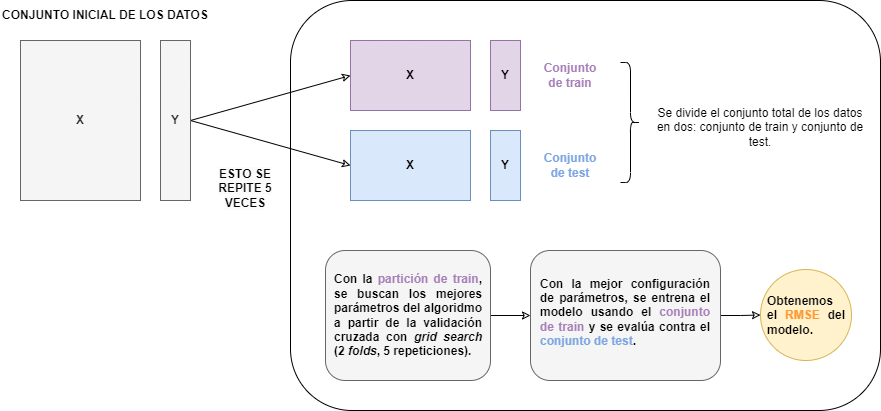
glp1002/JCR_Impact_Factor keeps this draw.io diagram as plantillaLatex/img/cv.png. Above is the earlier version. Source tidied: cells renumbered, new cells last; positions are measured from the earlier drawing's top-left corner, leaving out a move shared by most shapes. The source it was exported from:
```xml
<mxGraphModel>
  <root>
    <mxCell id="0" />
    <mxCell id="1" parent="0" />
    <mxCell id="2" value="&lt;b&gt;CONJUNTO INICIAL DE LOS DATOS&lt;/b&gt;" style="text;html=1;strokeColor=none;fillColor=none;align=center;verticalAlign=middle;whiteSpace=wrap;rounded=0;" parent="1" vertex="1">
      <mxGeometry width="210" height="30" as="geometry" />
    </mxCell>
    <mxCell id="3" style="rounded=1;whiteSpace=wrap;html=1;" parent="1" vertex="1">
      <mxGeometry x="290" width="590" height="410" as="geometry" />
    </mxCell>
    <mxCell id="4" style="rounded=0;jettySize=auto;html=1;exitX=1;exitY=0.5;exitDx=0;exitDy=0;entryX=0;entryY=0.5;entryDx=0;entryDy=0;endArrow=classic;endFill=0;" parent="1" edge="1" source="6" target="9">
      <mxGeometry relative="1" as="geometry" />
    </mxCell>
    <mxCell id="5" style="rounded=0;jettySize=auto;html=1;exitX=1;exitY=0.5;exitDx=0;exitDy=0;entryX=0;entryY=0.5;entryDx=0;entryDy=0;endArrow=classic;endFill=0;" parent="1" edge="1" source="6" target="11">
      <mxGeometry relative="1" as="geometry" />
    </mxCell>
    <mxCell id="6" value="&lt;b&gt;Y&lt;/b&gt;" style="rounded=0;whiteSpace=wrap;html=1;fillColor=#f5f5f5;fontColor=#333333;strokeColor=#666666;" parent="1" vertex="1">
      <mxGeometry x="160" y="40" width="30" height="160" as="geometry" />
    </mxCell>
    <mxCell id="7" value="&lt;b&gt;X&lt;/b&gt;" style="rounded=0;whiteSpace=wrap;html=1;fillColor=#f5f5f5;fontColor=#333333;strokeColor=#666666;" parent="1" vertex="1">
      <mxGeometry x="20" y="40" width="120" height="160" as="geometry" />
    </mxCell>
    <mxCell id="8" value="&lt;b&gt;Y&lt;/b&gt;" style="rounded=0;whiteSpace=wrap;html=1;fillColor=#e1d5e7;strokeColor=#9673a6;" parent="1" vertex="1">
      <mxGeometry x="490" y="40" width="30" height="70" as="geometry" />
    </mxCell>
    <mxCell id="9" value="&lt;b&gt;X&lt;/b&gt;" style="rounded=0;whiteSpace=wrap;html=1;fillColor=#e1d5e7;strokeColor=#9673a6;" parent="1" vertex="1">
      <mxGeometry x="350" y="40" width="120" height="70" as="geometry" />
    </mxCell>
    <mxCell id="10" value="&lt;b&gt;Y&lt;/b&gt;" style="rounded=0;whiteSpace=wrap;html=1;fillColor=#dae8fc;strokeColor=#6c8ebf;" parent="1" vertex="1">
      <mxGeometry x="490" y="130" width="30" height="70" as="geometry" />
    </mxCell>
    <mxCell id="11" value="&lt;b&gt;X&lt;/b&gt;" style="rounded=0;whiteSpace=wrap;html=1;fillColor=#dae8fc;strokeColor=#6c8ebf;" parent="1" vertex="1">
      <mxGeometry x="350" y="130" width="120" height="70" as="geometry" />
    </mxCell>
    <mxCell id="12" value="&lt;b&gt;&lt;font color=&quot;#a680b8&quot;&gt;Conjunto de train&lt;/font&gt;&lt;/b&gt;" style="text;html=1;strokeColor=none;fillColor=none;align=center;verticalAlign=middle;whiteSpace=wrap;rounded=0;" parent="1" vertex="1">
      <mxGeometry x="540" y="60" width="60" height="30" as="geometry" />
    </mxCell>
    <mxCell id="13" value="&lt;b&gt;&lt;font color=&quot;#7ea6e0&quot;&gt;Conjunto de test&lt;/font&gt;&lt;/b&gt;" style="text;html=1;strokeColor=none;fillColor=none;align=center;verticalAlign=middle;whiteSpace=wrap;rounded=0;" parent="1" vertex="1">
      <mxGeometry x="540" y="150" width="60" height="30" as="geometry" />
    </mxCell>
    <mxCell id="14" value="Se divide el conjunto total de los datos en dos: conjunto de train y conjunto de test." style="text;html=1;strokeColor=none;fillColor=none;align=center;verticalAlign=middle;whiteSpace=wrap;rounded=0;" parent="1" vertex="1">
      <mxGeometry x="650" y="62" width="220" height="130" as="geometry" />
    </mxCell>
    <mxCell id="15" style="shape=curlyBracket;whiteSpace=wrap;html=1;rounded=1;flipH=1;labelPosition=right;verticalLabelPosition=middle;align=left;verticalAlign=middle;" parent="1" vertex="1">
      <mxGeometry x="620" y="62" width="20" height="120" as="geometry" />
    </mxCell>
    <mxCell id="16" style="edgeStyle=orthogonalEdgeStyle;rounded=0;jettySize=auto;html=1;exitX=1;exitY=0.5;exitDx=0;exitDy=0;entryX=0;entryY=0.5;entryDx=0;entryDy=0;endArrow=classic;endFill=0;strokeWidth=1;" parent="1" edge="1" source="17" target="20">
      <mxGeometry relative="1" as="geometry" />
    </mxCell>
    <mxCell id="17" style="rounded=1;whiteSpace=wrap;html=1;fillColor=#f5f5f5;fontColor=#333333;strokeColor=#666666;" parent="1" vertex="1">
      <mxGeometry x="325" y="250" width="165" height="130" as="geometry" />
    </mxCell>
    <mxCell id="18" value="&lt;div style=&quot;text-align: justify;&quot;&gt;&lt;b style=&quot;background-color: initial;&quot;&gt;Con la &lt;font color=&quot;#a680b8&quot;&gt;partición de train&lt;/font&gt;, se buscan los mejores parámetros del algoridmo a partir de la validación cruzada con&amp;nbsp;&lt;i style=&quot;&quot;&gt;grid search &lt;/i&gt;(2 &lt;i style=&quot;&quot;&gt;folds&lt;/i&gt;, 5 repeticiones).&lt;/b&gt;&lt;/div&gt;" style="text;html=1;strokeColor=none;fillColor=none;align=center;verticalAlign=middle;whiteSpace=wrap;rounded=0;" parent="1" vertex="1">
      <mxGeometry x="333" y="255" width="150" height="120" as="geometry" />
    </mxCell>
    <mxCell id="19" style="edgeStyle=orthogonalEdgeStyle;rounded=0;jettySize=auto;html=1;exitX=1;exitY=0.5;exitDx=0;exitDy=0;entryX=0;entryY=0.5;entryDx=0;entryDy=0;endArrow=classic;endFill=0;" parent="1" edge="1" source="20" target="22">
      <mxGeometry relative="1" as="geometry" />
    </mxCell>
    <mxCell id="20" style="rounded=1;whiteSpace=wrap;html=1;fillColor=#f5f5f5;fontColor=#333333;strokeColor=#666666;" parent="1" vertex="1">
      <mxGeometry x="530" y="250" width="190" height="130" as="geometry" />
    </mxCell>
    <mxCell id="21" value="&lt;div style=&quot;text-align: justify;&quot;&gt;&lt;b style=&quot;&quot;&gt;Con la mejor configuración de parámetros, se entrena el modelo usando el &lt;font color=&quot;#a680b8&quot;&gt;conjunto de train&lt;/font&gt; y se evalúa contra el &lt;font color=&quot;#7ea6e0&quot;&gt;conjunto de test&lt;/font&gt;.&lt;/b&gt;&lt;/div&gt;" style="text;html=1;strokeColor=none;fillColor=none;align=center;verticalAlign=middle;whiteSpace=wrap;rounded=0;" parent="1" vertex="1">
      <mxGeometry x="539" y="269" width="172" height="86" as="geometry" />
    </mxCell>
    <mxCell id="22" style="ellipse;whiteSpace=wrap;html=1;fillColor=#fff2cc;strokeColor=#d6b656;" parent="1" vertex="1">
      <mxGeometry x="760" y="269" width="91" height="91" as="geometry" />
    </mxCell>
    <mxCell id="23" value="&lt;div style=&quot;text-align: justify;&quot;&gt;&lt;b style=&quot;&quot;&gt;Obtenemos el &lt;font color=&quot;#ff9933&quot;&gt;RMSE&lt;/font&gt;&lt;font color=&quot;#ffb570&quot;&gt; &lt;/font&gt;del modelo.&lt;/b&gt;&lt;/div&gt;" style="text;html=1;strokeColor=none;fillColor=none;align=center;verticalAlign=middle;whiteSpace=wrap;rounded=0;" parent="1" vertex="1">
      <mxGeometry x="765.5" y="289" width="80" height="52" as="geometry" />
    </mxCell>
    <mxCell id="24" value="&lt;span style=&quot;color: rgb(0, 0, 0); font-family: Helvetica; font-size: 12px; font-style: normal; font-variant-ligatures: normal; font-variant-caps: normal; letter-spacing: normal; orphans: 2; text-indent: 0px; text-transform: none; widows: 2; word-spacing: 0px; -webkit-text-stroke-width: 0px; background-color: rgb(251, 251, 251); text-decoration-thickness: initial; text-decoration-style: initial; text-decoration-color: initial; float: none; display: inline !important;&quot;&gt;&lt;b&gt;ESTO SE REPITE 5 VECES&lt;/b&gt;&lt;/span&gt;" style="text;whiteSpace=wrap;html=1;align=center;" parent="1" vertex="1">
      <mxGeometry x="205" y="160" width="80" height="40" as="geometry" />
    </mxCell>
  </root>
</mxGraphModel>
```
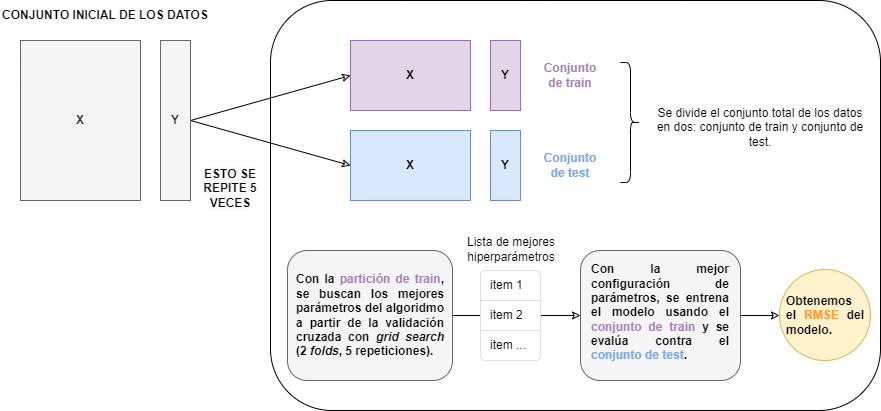
Later version of the same file.

Diff of the diagram source:
```diff
@@ -5,9 +5,9 @@
     <mxCell id="2" value="&lt;b&gt;CONJUNTO INICIAL DE LOS DATOS&lt;/b&gt;" style="text;html=1;strokeColor=none;fillColor=none;align=center;verticalAlign=middle;whiteSpace=wrap;rounded=0;" parent="1" vertex="1">
       <mxGeometry width="210" height="30" as="geometry" />
     </mxCell>
-    <mxCell id="3" style="rounded=1;whiteSpace=wrap;html=1;" parent="1" vertex="1">
-      <mxGeometry x="290" width="590" height="410" as="geometry" />
-    </mxCell>
+    <mxCell id="25" style="rounded=1;whiteSpace=wrap;html=1;" parent="1" vertex="1">
+      <mxGeometry x="270" width="610" height="410" as="geometry" />
+    </mxCell>
     <mxCell id="4" style="rounded=0;jettySize=auto;html=1;exitX=1;exitY=0.5;exitDx=0;exitDy=0;entryX=0;entryY=0.5;entryDx=0;entryDy=0;endArrow=classic;endFill=0;" parent="1" edge="1" source="6" target="9">
       <mxGeometry relative="1" as="geometry" />
     </mxCell>
@@ -41,35 +41,54 @@
     <mxCell id="14" value="Se divide el conjunto total de los datos en dos: conjunto de train y conjunto de test." style="text;html=1;strokeColor=none;fillColor=none;align=center;verticalAlign=middle;whiteSpace=wrap;rounded=0;" parent="1" vertex="1">
       <mxGeometry x="650" y="62" width="220" height="130" as="geometry" />
     </mxCell>
-    <mxCell id="15" style="shape=curlyBracket;whiteSpace=wrap;html=1;rounded=1;flipH=1;labelPosition=right;verticalLabelPosition=middle;align=left;verticalAlign=middle;" parent="1" vertex="1">
-      <mxGeometry x="620" y="62" width="20" height="120" as="geometry" />
-    </mxCell>
-    <mxCell id="16" style="edgeStyle=orthogonalEdgeStyle;rounded=0;jettySize=auto;html=1;exitX=1;exitY=0.5;exitDx=0;exitDy=0;entryX=0;entryY=0.5;entryDx=0;entryDy=0;endArrow=classic;endFill=0;strokeWidth=1;" parent="1" edge="1" source="17" target="20">
-      <mxGeometry relative="1" as="geometry" />
-    </mxCell>
-    <mxCell id="17" style="rounded=1;whiteSpace=wrap;html=1;fillColor=#f5f5f5;fontColor=#333333;strokeColor=#666666;" parent="1" vertex="1">
-      <mxGeometry x="325" y="250" width="165" height="130" as="geometry" />
-    </mxCell>
+    <mxCell id="26" style="shape=curlyBracket;whiteSpace=wrap;html=1;rounded=1;flipH=1;labelPosition=right;verticalLabelPosition=middle;align=left;verticalAlign=middle;" parent="1" vertex="1">
+      <mxGeometry x="620" y="62" width="20" height="120" as="geometry" />
+    </mxCell>
+    <mxCell id="27" style="edgeStyle=orthogonalEdgeStyle;rounded=0;jettySize=auto;html=1;exitX=1;exitY=0.5;exitDx=0;exitDy=0;entryX=0;entryY=0.5;entryDx=0;entryDy=0;endArrow=classic;endFill=0;strokeWidth=1;" parent="1" edge="1" source="28" target="30">
+      <mxGeometry relative="1" as="geometry" />
+    </mxCell>
+    <mxCell id="28" style="rounded=1;whiteSpace=wrap;html=1;fillColor=#f5f5f5;fontColor=#333333;strokeColor=#666666;" parent="1" vertex="1">
+      <mxGeometry x="287" y="250" width="165" height="130" as="geometry" />
+    </mxCell>
     <mxCell id="18" value="&lt;div style=&quot;text-align: justify;&quot;&gt;&lt;b style=&quot;background-color: initial;&quot;&gt;Con la &lt;font color=&quot;#a680b8&quot;&gt;partición de train&lt;/font&gt;, se buscan los mejores parámetros del algoridmo a partir de la validación cruzada con&amp;nbsp;&lt;i style=&quot;&quot;&gt;grid search &lt;/i&gt;(2 &lt;i style=&quot;&quot;&gt;folds&lt;/i&gt;, 5 repeticiones).&lt;/b&gt;&lt;/div&gt;" style="text;html=1;strokeColor=none;fillColor=none;align=center;verticalAlign=middle;whiteSpace=wrap;rounded=0;" parent="1" vertex="1">
-      <mxGeometry x="333" y="255" width="150" height="120" as="geometry" />
+      <mxGeometry x="295" y="255" width="150" height="120" as="geometry" />
     </mxCell>
-    <mxCell id="19" style="edgeStyle=orthogonalEdgeStyle;rounded=0;jettySize=auto;html=1;exitX=1;exitY=0.5;exitDx=0;exitDy=0;entryX=0;entryY=0.5;entryDx=0;entryDy=0;endArrow=classic;endFill=0;" parent="1" edge="1" source="20" target="22">
-      <mxGeometry relative="1" as="geometry" />
-    </mxCell>
-    <mxCell id="20" style="rounded=1;whiteSpace=wrap;html=1;fillColor=#f5f5f5;fontColor=#333333;strokeColor=#666666;" parent="1" vertex="1">
-      <mxGeometry x="530" y="250" width="190" height="130" as="geometry" />
-    </mxCell>
+    <mxCell id="29" style="edgeStyle=orthogonalEdgeStyle;rounded=0;jettySize=auto;html=1;exitX=1;exitY=0.5;exitDx=0;exitDy=0;entryX=0;entryY=0.5;entryDx=0;entryDy=0;endArrow=classic;endFill=0;" parent="1" edge="1" source="30" target="31">
+      <mxGeometry relative="1" as="geometry" />
+    </mxCell>
+    <mxCell id="30" style="rounded=1;whiteSpace=wrap;html=1;fillColor=#f5f5f5;fontColor=#333333;strokeColor=#666666;" parent="1" vertex="1">
+      <mxGeometry x="580" y="250" width="160" height="130" as="geometry" />
+    </mxCell>
     <mxCell id="21" value="&lt;div style=&quot;text-align: justify;&quot;&gt;&lt;b style=&quot;&quot;&gt;Con la mejor configuración de parámetros, se entrena el modelo usando el &lt;font color=&quot;#a680b8&quot;&gt;conjunto de train&lt;/font&gt; y se evalúa contra el &lt;font color=&quot;#7ea6e0&quot;&gt;conjunto de test&lt;/font&gt;.&lt;/b&gt;&lt;/div&gt;" style="text;html=1;strokeColor=none;fillColor=none;align=center;verticalAlign=middle;whiteSpace=wrap;rounded=0;" parent="1" vertex="1">
-      <mxGeometry x="539" y="269" width="172" height="86" as="geometry" />
+      <mxGeometry x="590" y="269" width="140" height="86" as="geometry" />
     </mxCell>
-    <mxCell id="22" style="ellipse;whiteSpace=wrap;html=1;fillColor=#fff2cc;strokeColor=#d6b656;" parent="1" vertex="1">
-      <mxGeometry x="760" y="269" width="91" height="91" as="geometry" />
-    </mxCell>
+    <mxCell id="31" style="ellipse;whiteSpace=wrap;html=1;fillColor=#fff2cc;strokeColor=#d6b656;" parent="1" vertex="1">
+      <mxGeometry x="779" y="269" width="91" height="91" as="geometry" />
+    </mxCell>
     <mxCell id="23" value="&lt;div style=&quot;text-align: justify;&quot;&gt;&lt;b style=&quot;&quot;&gt;Obtenemos el &lt;font color=&quot;#ff9933&quot;&gt;RMSE&lt;/font&gt;&lt;font color=&quot;#ffb570&quot;&gt; &lt;/font&gt;del modelo.&lt;/b&gt;&lt;/div&gt;" style="text;html=1;strokeColor=none;fillColor=none;align=center;verticalAlign=middle;whiteSpace=wrap;rounded=0;" parent="1" vertex="1">
-      <mxGeometry x="765.5" y="289" width="80" height="52" as="geometry" />
+      <mxGeometry x="784.5" y="289" width="80" height="52" as="geometry" />
     </mxCell>
     <mxCell id="24" value="&lt;span style=&quot;color: rgb(0, 0, 0); font-family: Helvetica; font-size: 12px; font-style: normal; font-variant-ligatures: normal; font-variant-caps: normal; letter-spacing: normal; orphans: 2; text-indent: 0px; text-transform: none; widows: 2; word-spacing: 0px; -webkit-text-stroke-width: 0px; background-color: rgb(251, 251, 251); text-decoration-thickness: initial; text-decoration-style: initial; text-decoration-color: initial; float: none; display: inline !important;&quot;&gt;&lt;b&gt;ESTO SE REPITE 5 VECES&lt;/b&gt;&lt;/span&gt;" style="text;whiteSpace=wrap;html=1;align=center;" parent="1" vertex="1">
-      <mxGeometry x="205" y="160" width="80" height="40" as="geometry" />
+      <mxGeometry x="190" y="160" width="80" height="40" as="geometry" />
     </mxCell>
+    <mxCell id="32" style="html=1;shadow=0;dashed=0;shape=mxgraph.bootstrap.rrect;rSize=5;strokeColor=#DFDFDF;html=1;whiteSpace=wrap;fillColor=#FFFFFF;fontColor=#000000;" parent="1" vertex="1">
+      <mxGeometry x="480" y="270" width="60" height="90" as="geometry" />
+    </mxCell>
+    <mxCell id="33" value="item 1" style="strokeColor=inherit;fillColor=inherit;gradientColor=inherit;fontColor=inherit;html=1;shadow=0;dashed=0;shape=mxgraph.bootstrap.topButton;rSize=5;perimeter=none;whiteSpace=wrap;align=left;spacing=10;" parent="32" vertex="1">
+      <mxGeometry width="60" height="30" relative="1" as="geometry" />
+    </mxCell>
+    <mxCell id="34" value="item 2" style="strokeColor=inherit;fillColor=inherit;gradientColor=inherit;fontColor=inherit;html=1;shadow=0;dashed=0;perimeter=none;whiteSpace=wrap;align=left;spacing=10;" parent="32" vertex="1">
+      <mxGeometry width="60" height="30" relative="1" as="geometry">
+        <mxPoint y="30" as="offset" />
+      </mxGeometry>
+    </mxCell>
+    <mxCell id="35" value="item ..." style="strokeColor=inherit;fillColor=inherit;gradientColor=inherit;fontColor=inherit;html=1;shadow=0;dashed=0;shape=mxgraph.bootstrap.bottomButton;rSize=5;perimeter=none;whiteSpace=wrap;align=left;spacing=10;" parent="32" vertex="1">
+      <mxGeometry y="1" width="60" height="30" relative="1" as="geometry">
+        <mxPoint y="-30" as="offset" />
+      </mxGeometry>
+    </mxCell>
+    <mxCell id="36" value="Lista de mejores hiperparámetros" style="text;html=1;strokeColor=none;fillColor=none;align=center;verticalAlign=middle;whiteSpace=wrap;rounded=0;" parent="1" vertex="1">
+      <mxGeometry x="456" y="234" width="110" height="30" as="geometry" />
+    </mxCell>
   </root>
 </mxGraphModel>
```
